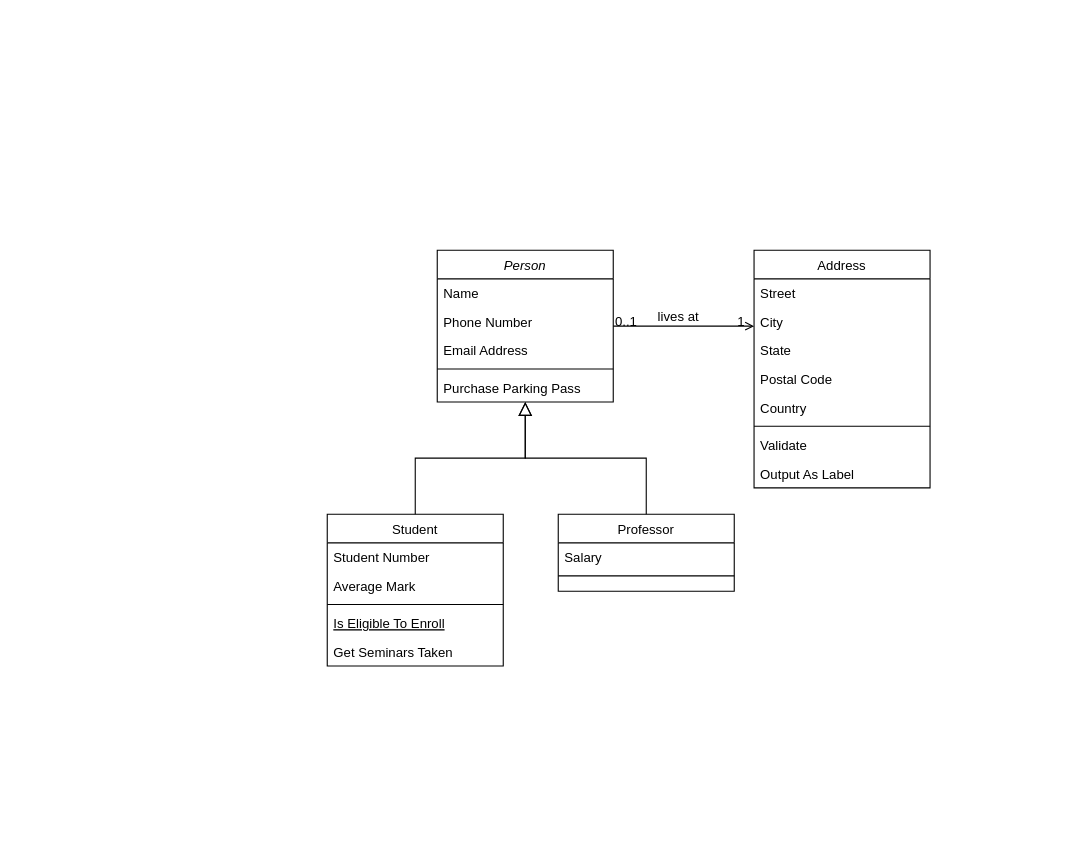
Earlier version of the draw.io diagram Untitled Diagram.drawio (alphamonline/HIM-Events-App). Source tidied: cells renumbered, new cells numbered last; positions are measured from the earlier drawing's top-left corner, leaving out a move shared by most shapes. Both pictures are drawn from the tidied source at 110%, with x=0, y=0 at pixel (327, 250).
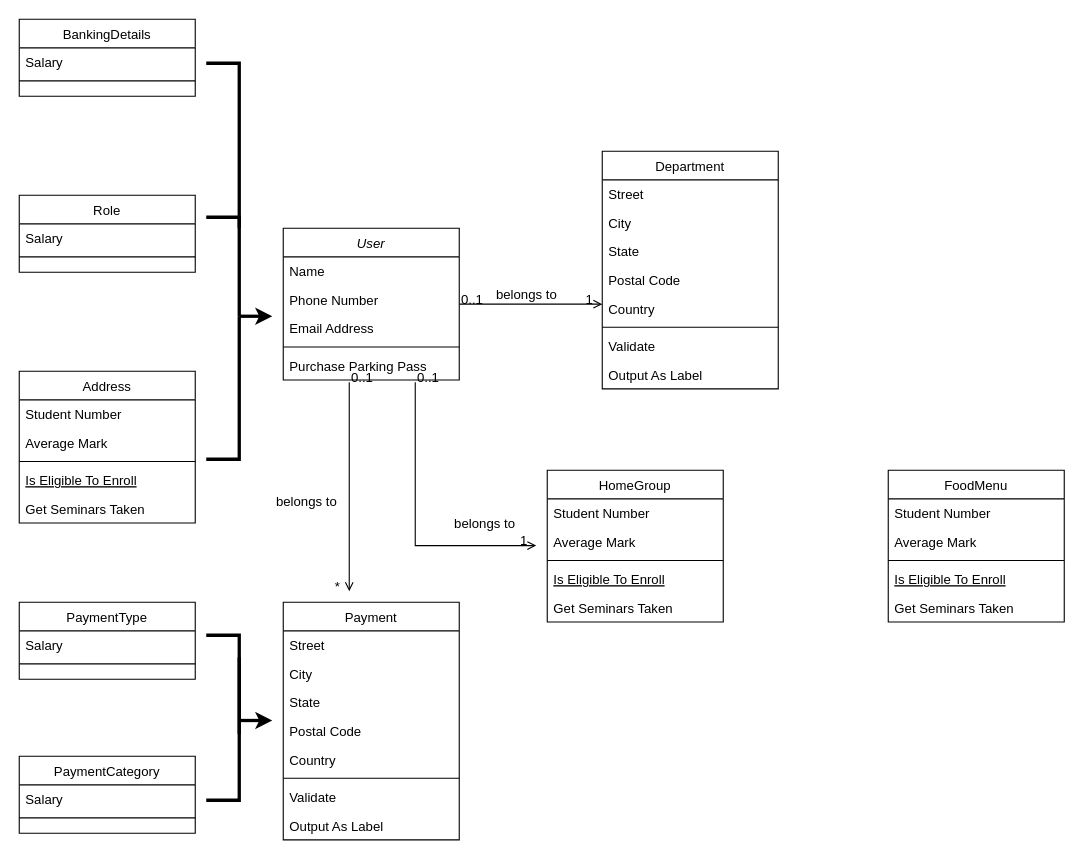
After the change.

Commit message:
User Class Diagram

Unchanged cells that the change refers to:
```xml
<mxCell id="28" style="endArrow=open;shadow=0;strokeWidth=1;rounded=0;curved=0;endFill=1;edgeStyle=elbowEdgeStyle;elbow=vertical;" parent="1" edge="1" source="2" target="19">
  <mxGeometry x="0.5" y="41" relative="1" as="geometry">
    <mxPoint x="-40" y="32" as="offset" />
  </mxGeometry>
</mxCell>
```

Change to the diagram source:
```diff
@@
-    <mxCell id="2" value="Person" style="swimlane;fontStyle=2;align=center;verticalAlign=top;horizontal=1;startSize=26;rounded=0;shadow=0;strokeWidth=1;" parent="1" vertex="1">
-      <mxGeometry x="100" width="160" height="138" as="geometry" />
+    <mxCell id="2" value="User" style="swimlane;fontStyle=2;align=center;verticalAlign=top;horizontal=1;startSize=26;rounded=0;shadow=0;strokeWidth=1;" parent="1" vertex="1">
+      <mxGeometry x="-40" y="-20" width="160" height="138" as="geometry" />
     </mxCell>
@@
-    <mxCell id="8" value="Student" style="swimlane;fontStyle=0;align=center;verticalAlign=top;horizontal=1;startSize=26;rounded=0;shadow=0;strokeWidth=1;" parent="1" vertex="1">
-      <mxGeometry y="240" width="160" height="138" as="geometry" />
+    <mxCell id="8" value="Address" style="swimlane;fontStyle=0;align=center;verticalAlign=top;horizontal=1;startSize=26;rounded=0;shadow=0;strokeWidth=1;" parent="1" vertex="1">
+      <mxGeometry x="-280" y="110" width="160" height="138" as="geometry" />
     </mxCell>
@@
-    <mxCell id="14" style="endArrow=block;endSize=10;endFill=0;shadow=0;strokeWidth=1;rounded=0;curved=0;edgeStyle=elbowEdgeStyle;elbow=vertical;" parent="1" edge="1" source="8" target="2">
-      <mxGeometry relative="1" as="geometry" />
-    </mxCell>
-    <mxCell id="15" value="Professor" style="swimlane;fontStyle=0;align=center;verticalAlign=top;horizontal=1;startSize=26;rounded=0;shadow=0;strokeWidth=1;" parent="1" vertex="1">
-      <mxGeometry x="210" y="240" width="160" height="70" as="geometry" />
+    <mxCell id="15" value="BankingDetails" style="swimlane;fontStyle=0;align=center;verticalAlign=top;horizontal=1;startSize=26;rounded=0;shadow=0;strokeWidth=1;" parent="1" vertex="1">
+      <mxGeometry x="-280" y="-210" width="160" height="70" as="geometry" />
     </mxCell>
@@
-    <mxCell id="18" style="endArrow=block;endSize=10;endFill=0;shadow=0;strokeWidth=1;rounded=0;curved=0;edgeStyle=elbowEdgeStyle;elbow=vertical;" parent="1" edge="1" source="15" target="2">
-      <mxGeometry relative="1" as="geometry" />
-    </mxCell>
-    <mxCell id="19" value="Address" style="swimlane;fontStyle=0;align=center;verticalAlign=top;horizontal=1;startSize=26;rounded=0;shadow=0;strokeWidth=1;" parent="1" vertex="1">
-      <mxGeometry x="388" width="160" height="216" as="geometry" />
+    <mxCell id="19" value="Department" style="swimlane;fontStyle=0;align=center;verticalAlign=top;horizontal=1;startSize=26;rounded=0;shadow=0;strokeWidth=1;" parent="1" vertex="1">
+      <mxGeometry x="250" y="-90" width="160" height="216" as="geometry" />
     </mxCell>
@@
-    <mxCell id="31" value="lives at" style="text;html=1;align=center;verticalAlign=middle;labelBackgroundColor=none;rounded=0;shadow=0;strokeWidth=1;fontSize=12;" parent="28" vertex="1">
+    <mxCell id="31" value="belongs to" style="text;html=1;align=center;verticalAlign=middle;labelBackgroundColor=none;rounded=0;shadow=0;strokeWidth=1;fontSize=12;" parent="28" vertex="1">
       <mxGeometry x="0.5" y="49" relative="1" as="geometry">
         <mxPoint x="-38" y="40" as="offset" />
       </mxGeometry>
     </mxCell>
+    <mxCell id="32" value="HomeGroup" style="swimlane;fontStyle=0;align=center;verticalAlign=top;horizontal=1;startSize=26;rounded=0;shadow=0;strokeWidth=1;" parent="1" vertex="1">
+      <mxGeometry x="200" y="200" width="160" height="138" as="geometry" />
+    </mxCell>
+    <mxCell id="33" value="Student Number" style="text;align=left;verticalAlign=top;spacingLeft=4;spacingRight=4;overflow=hidden;" parent="32" vertex="1">
+      <mxGeometry y="26" width="160" height="26" as="geometry" />
+    </mxCell>
+    <mxCell id="34" value="Average Mark" style="text;align=left;verticalAlign=top;spacingLeft=4;spacingRight=4;overflow=hidden;rounded=0;shadow=0;html=0;" parent="32" vertex="1">
+      <mxGeometry y="52" width="160" height="26" as="geometry" />
+    </mxCell>
+    <mxCell id="35" style="line;html=1;strokeWidth=1;align=left;verticalAlign=middle;spacingTop=-1;spacingLeft=3;spacingRight=3;labelPosition=right;" parent="32" vertex="1">
+      <mxGeometry y="78" width="160" height="8" as="geometry" />
+    </mxCell>
+    <mxCell id="36" value="Is Eligible To Enroll" style="text;align=left;verticalAlign=top;spacingLeft=4;spacingRight=4;overflow=hidden;fontStyle=4;" parent="32" vertex="1">
+      <mxGeometry y="86" width="160" height="26" as="geometry" />
+    </mxCell>
+    <mxCell id="37" value="Get Seminars Taken" style="text;align=left;verticalAlign=top;spacingLeft=4;spacingRight=4;overflow=hidden;" parent="32" vertex="1">
+      <mxGeometry y="112" width="160" height="26" as="geometry" />
+    </mxCell>
+    <mxCell id="38" style="endArrow=open;shadow=0;strokeWidth=1;rounded=0;curved=0;endFill=1;edgeStyle=elbowEdgeStyle;elbow=vertical;" parent="1" edge="1">
+      <mxGeometry x="0.5" y="41" relative="1" as="geometry">
+        <mxPoint x="80" y="120" as="sourcePoint" />
+        <mxPoint x="190" y="268.5" as="targetPoint" />
+        <Array as="points">
+          <mxPoint x="110" y="268.5" />
+        </Array>
+        <mxPoint x="-40" y="32" as="offset" />
+      </mxGeometry>
+    </mxCell>
+    <mxCell id="39" value="0..1" style="align=left;verticalAlign=bottom;labelBackgroundColor=none;fontSize=12;" parent="38" vertex="1">
+      <mxGeometry x="-1" relative="1" as="geometry">
+        <mxPoint y="4" as="offset" />
+      </mxGeometry>
+    </mxCell>
+    <mxCell id="40" value="1" style="align=right;verticalAlign=bottom;labelBackgroundColor=none;fontSize=12;" parent="38" vertex="1">
+      <mxGeometry x="1" relative="1" as="geometry">
+        <mxPoint x="-7" y="4" as="offset" />
+      </mxGeometry>
+    </mxCell>
+    <mxCell id="41" value="belongs to" style="text;html=1;align=center;verticalAlign=middle;labelBackgroundColor=none;rounded=0;shadow=0;strokeWidth=1;fontSize=12;" parent="38" vertex="1">
+      <mxGeometry x="0.5" y="49" relative="1" as="geometry">
+        <mxPoint x="17" y="29" as="offset" />
+      </mxGeometry>
+    </mxCell>
+    <mxCell id="42" style="endArrow=classic;html=1;rounded=0;strokeWidth=3;" parent="1" edge="1">
+      <mxGeometry relative="1" as="geometry">
+        <mxPoint x="-80" y="60" as="sourcePoint" />
+        <mxPoint x="-50" y="60" as="targetPoint" />
+      </mxGeometry>
+    </mxCell>
+    <mxCell id="43" style="endArrow=none;html=1;rounded=0;strokeWidth=3;" parent="1" edge="1">
+      <mxGeometry relative="1" as="geometry">
+        <mxPoint x="-110" y="190" as="sourcePoint" />
+        <mxPoint x="-80" y="60" as="targetPoint" />
+        <Array as="points">
+          <mxPoint x="-80" y="190" />
+        </Array>
+      </mxGeometry>
+    </mxCell>
+    <mxCell id="44" style="endArrow=none;html=1;rounded=0;strokeWidth=3;" parent="1" edge="1">
+      <mxGeometry relative="1" as="geometry">
+        <mxPoint x="-110" y="-30" as="sourcePoint" />
+        <mxPoint x="-80" y="60" as="targetPoint" />
+        <Array as="points">
+          <mxPoint x="-80" y="-30" />
+        </Array>
+      </mxGeometry>
+    </mxCell>
+    <mxCell id="45" value="FoodMenu" style="swimlane;fontStyle=0;align=center;verticalAlign=top;horizontal=1;startSize=26;rounded=0;shadow=0;strokeWidth=1;" parent="1" vertex="1">
+      <mxGeometry x="510" y="200" width="160" height="138" as="geometry" />
+    </mxCell>
+    <mxCell id="46" value="Student Number" style="text;align=left;verticalAlign=top;spacingLeft=4;spacingRight=4;overflow=hidden;" parent="45" vertex="1">
+      <mxGeometry y="26" width="160" height="26" as="geometry" />
+    </mxCell>
+    <mxCell id="47" value="Average Mark" style="text;align=left;verticalAlign=top;spacingLeft=4;spacingRight=4;overflow=hidden;rounded=0;shadow=0;html=0;" parent="45" vertex="1">
+      <mxGeometry y="52" width="160" height="26" as="geometry" />
+    </mxCell>
+    <mxCell id="48" style="line;html=1;strokeWidth=1;align=left;verticalAlign=middle;spacingTop=-1;spacingLeft=3;spacingRight=3;labelPosition=right;" parent="45" vertex="1">
+      <mxGeometry y="78" width="160" height="8" as="geometry" />
+    </mxCell>
+    <mxCell id="49" value="Is Eligible To Enroll" style="text;align=left;verticalAlign=top;spacingLeft=4;spacingRight=4;overflow=hidden;fontStyle=4;" parent="45" vertex="1">
+      <mxGeometry y="86" width="160" height="26" as="geometry" />
+    </mxCell>
+    <mxCell id="50" value="Get Seminars Taken" style="text;align=left;verticalAlign=top;spacingLeft=4;spacingRight=4;overflow=hidden;" parent="45" vertex="1">
+      <mxGeometry y="112" width="160" height="26" as="geometry" />
+    </mxCell>
+    <mxCell id="51" value="Payment" style="swimlane;fontStyle=0;align=center;verticalAlign=top;horizontal=1;startSize=26;rounded=0;shadow=0;strokeWidth=1;" parent="1" vertex="1">
+      <mxGeometry x="-40" y="320" width="160" height="216" as="geometry" />
+    </mxCell>
+    <mxCell id="52" value="Street" style="text;align=left;verticalAlign=top;spacingLeft=4;spacingRight=4;overflow=hidden;" parent="51" vertex="1">
+      <mxGeometry y="26" width="160" height="26" as="geometry" />
+    </mxCell>
+    <mxCell id="53" value="City" style="text;align=left;verticalAlign=top;spacingLeft=4;spacingRight=4;overflow=hidden;rounded=0;shadow=0;html=0;" parent="51" vertex="1">
+      <mxGeometry y="52" width="160" height="26" as="geometry" />
+    </mxCell>
+    <mxCell id="54" value="State" style="text;align=left;verticalAlign=top;spacingLeft=4;spacingRight=4;overflow=hidden;rounded=0;shadow=0;html=0;" parent="51" vertex="1">
+      <mxGeometry y="78" width="160" height="26" as="geometry" />
+    </mxCell>
+    <mxCell id="55" value="Postal Code" style="text;align=left;verticalAlign=top;spacingLeft=4;spacingRight=4;overflow=hidden;rounded=0;shadow=0;html=0;" parent="51" vertex="1">
+      <mxGeometry y="104" width="160" height="26" as="geometry" />
+    </mxCell>
+    <mxCell id="56" value="Country" style="text;align=left;verticalAlign=top;spacingLeft=4;spacingRight=4;overflow=hidden;rounded=0;shadow=0;html=0;" parent="51" vertex="1">
+      <mxGeometry y="130" width="160" height="26" as="geometry" />
+    </mxCell>
+    <mxCell id="57" style="line;html=1;strokeWidth=1;align=left;verticalAlign=middle;spacingTop=-1;spacingLeft=3;spacingRight=3;labelPosition=right;" parent="51" vertex="1">
+      <mxGeometry y="156" width="160" height="8" as="geometry" />
+    </mxCell>
+    <mxCell id="58" value="Validate" style="text;align=left;verticalAlign=top;spacingLeft=4;spacingRight=4;overflow=hidden;" parent="51" vertex="1">
+      <mxGeometry y="164" width="160" height="26" as="geometry" />
+    </mxCell>
+    <mxCell id="59" value="Output As Label" style="text;align=left;verticalAlign=top;spacingLeft=4;spacingRight=4;overflow=hidden;" parent="51" vertex="1">
+      <mxGeometry y="190" width="160" height="26" as="geometry" />
+    </mxCell>
+    <mxCell id="60" style="endArrow=open;shadow=0;strokeWidth=1;rounded=0;curved=0;endFill=1;edgeStyle=elbowEdgeStyle;elbow=vertical;" parent="1" edge="1">
+      <mxGeometry x="0.5" y="41" relative="1" as="geometry">
+        <mxPoint x="20" y="120" as="sourcePoint" />
+        <mxPoint x="20" y="310" as="targetPoint" />
+        <mxPoint x="-40" y="32" as="offset" />
+      </mxGeometry>
+    </mxCell>
+    <mxCell id="61" value="0..1" style="align=left;verticalAlign=bottom;labelBackgroundColor=none;fontSize=12;" parent="60" vertex="1">
+      <mxGeometry x="-1" relative="1" as="geometry">
+        <mxPoint y="4" as="offset" />
+      </mxGeometry>
+    </mxCell>
+    <mxCell id="62" value="*" style="align=right;verticalAlign=bottom;labelBackgroundColor=none;fontSize=12;" parent="60" vertex="1">
+      <mxGeometry x="1" relative="1" as="geometry">
+        <mxPoint x="-7" y="4" as="offset" />
+      </mxGeometry>
+    </mxCell>
+    <mxCell id="63" value="belongs to" style="text;html=1;align=center;verticalAlign=middle;labelBackgroundColor=none;rounded=0;shadow=0;strokeWidth=1;fontSize=12;" parent="60" vertex="1">
+      <mxGeometry x="0.5" y="49" relative="1" as="geometry">
+        <mxPoint x="-89" y="-35" as="offset" />
+      </mxGeometry>
+    </mxCell>
+    <mxCell id="64" value="PaymentType" style="swimlane;fontStyle=0;align=center;verticalAlign=top;horizontal=1;startSize=26;rounded=0;shadow=0;strokeWidth=1;" parent="1" vertex="1">
+      <mxGeometry x="-280" y="320" width="160" height="70" as="geometry" />
+    </mxCell>
+    <mxCell id="65" value="Salary" style="text;align=left;verticalAlign=top;spacingLeft=4;spacingRight=4;overflow=hidden;" parent="64" vertex="1">
+      <mxGeometry y="26" width="160" height="26" as="geometry" />
+    </mxCell>
+    <mxCell id="66" style="line;html=1;strokeWidth=1;align=left;verticalAlign=middle;spacingTop=-1;spacingLeft=3;spacingRight=3;labelPosition=right;" parent="64" vertex="1">
+      <mxGeometry y="52" width="160" height="8" as="geometry" />
+    </mxCell>
+    <mxCell id="67" value="PaymentCategory" style="swimlane;fontStyle=0;align=center;verticalAlign=top;horizontal=1;startSize=26;rounded=0;shadow=0;strokeWidth=1;" parent="1" vertex="1">
+      <mxGeometry x="-280" y="460" width="160" height="70" as="geometry" />
+    </mxCell>
+    <mxCell id="68" value="Salary" style="text;align=left;verticalAlign=top;spacingLeft=4;spacingRight=4;overflow=hidden;" parent="67" vertex="1">
+      <mxGeometry y="26" width="160" height="26" as="geometry" />
+    </mxCell>
+    <mxCell id="69" style="line;html=1;strokeWidth=1;align=left;verticalAlign=middle;spacingTop=-1;spacingLeft=3;spacingRight=3;labelPosition=right;" parent="67" vertex="1">
+      <mxGeometry y="52" width="160" height="8" as="geometry" />
+    </mxCell>
+    <mxCell id="70" value="Role" style="swimlane;fontStyle=0;align=center;verticalAlign=top;horizontal=1;startSize=26;rounded=0;shadow=0;strokeWidth=1;" parent="1" vertex="1">
+      <mxGeometry x="-280" y="-50" width="160" height="70" as="geometry" />
+    </mxCell>
+    <mxCell id="71" value="Salary" style="text;align=left;verticalAlign=top;spacingLeft=4;spacingRight=4;overflow=hidden;" parent="70" vertex="1">
+      <mxGeometry y="26" width="160" height="26" as="geometry" />
+    </mxCell>
+    <mxCell id="72" style="line;html=1;strokeWidth=1;align=left;verticalAlign=middle;spacingTop=-1;spacingLeft=3;spacingRight=3;labelPosition=right;" parent="70" vertex="1">
+      <mxGeometry y="52" width="160" height="8" as="geometry" />
+    </mxCell>
+    <mxCell id="73" style="endArrow=none;html=1;rounded=0;strokeWidth=3;" parent="1" edge="1">
+      <mxGeometry relative="1" as="geometry">
+        <mxPoint x="-110" y="-170" as="sourcePoint" />
+        <mxPoint x="-80" y="-20" as="targetPoint" />
+        <Array as="points">
+          <mxPoint x="-80" y="-170" />
+        </Array>
+      </mxGeometry>
+    </mxCell>
+    <mxCell id="74" style="endArrow=none;html=1;rounded=0;strokeWidth=3;" parent="1" edge="1">
+      <mxGeometry relative="1" as="geometry">
+        <mxPoint x="-110" y="350" as="sourcePoint" />
+        <mxPoint x="-80" y="440" as="targetPoint" />
+        <Array as="points">
+          <mxPoint x="-80" y="350" />
+        </Array>
+      </mxGeometry>
+    </mxCell>
+    <mxCell id="75" style="endArrow=none;html=1;rounded=0;strokeWidth=3;" parent="1" edge="1">
+      <mxGeometry relative="1" as="geometry">
+        <mxPoint x="-110" y="500" as="sourcePoint" />
+        <mxPoint x="-80" y="370" as="targetPoint" />
+        <Array as="points">
+          <mxPoint x="-80" y="500" />
+        </Array>
+      </mxGeometry>
+    </mxCell>
+    <mxCell id="76" style="endArrow=classic;html=1;rounded=0;strokeWidth=3;" parent="1" edge="1">
+      <mxGeometry relative="1" as="geometry">
+        <mxPoint x="-80" y="427.5" as="sourcePoint" />
+        <mxPoint x="-50" y="427.5" as="targetPoint" />
+      </mxGeometry>
+    </mxCell>
```
